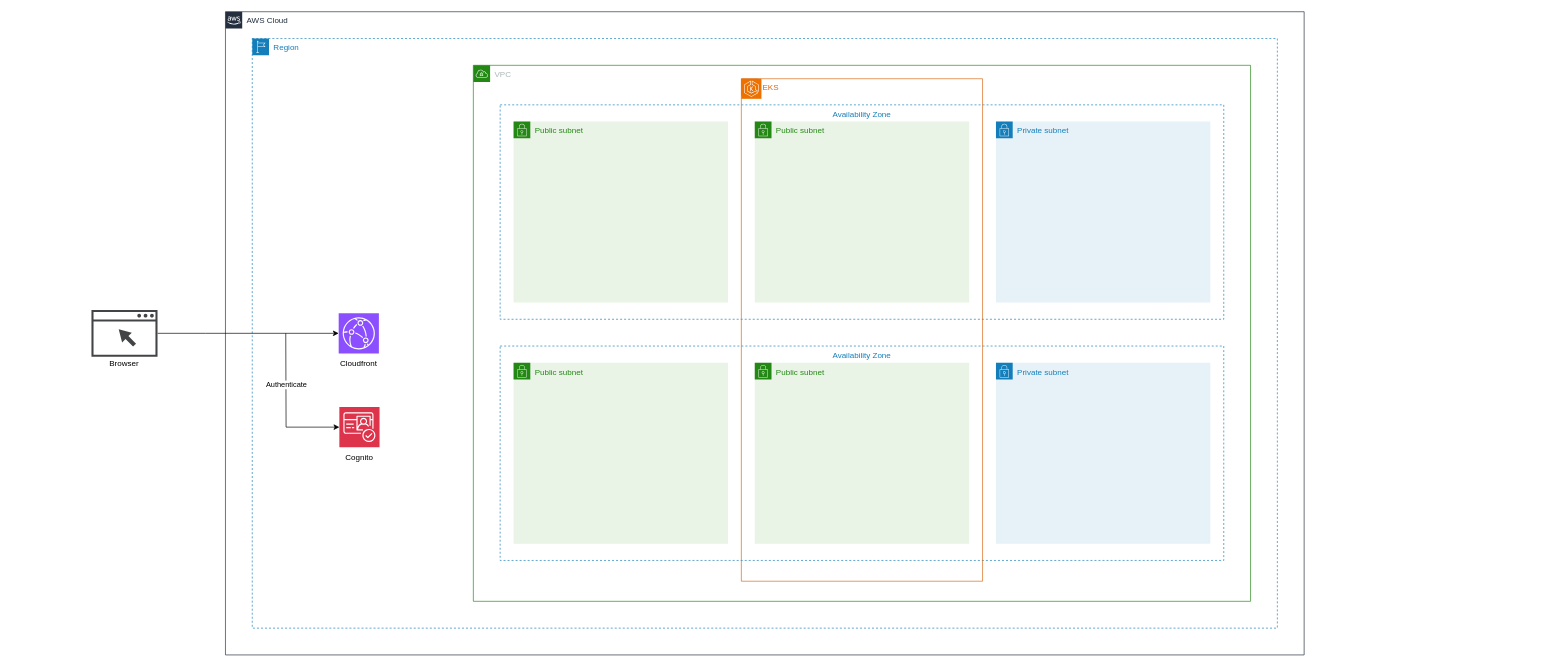
annleefores/kodiko keeps this draw.io diagram as docs/architecture/kodiko.drawio. Above is the earlier version. Source tidied: cells renumbered, new cells numbered last; positions are measured from the earlier drawing's top-left corner, leaving out a move shared by most shapes. Both pictures are drawn from the tidied source at 67%, with x=0, y=0 at pixel (91, 11).
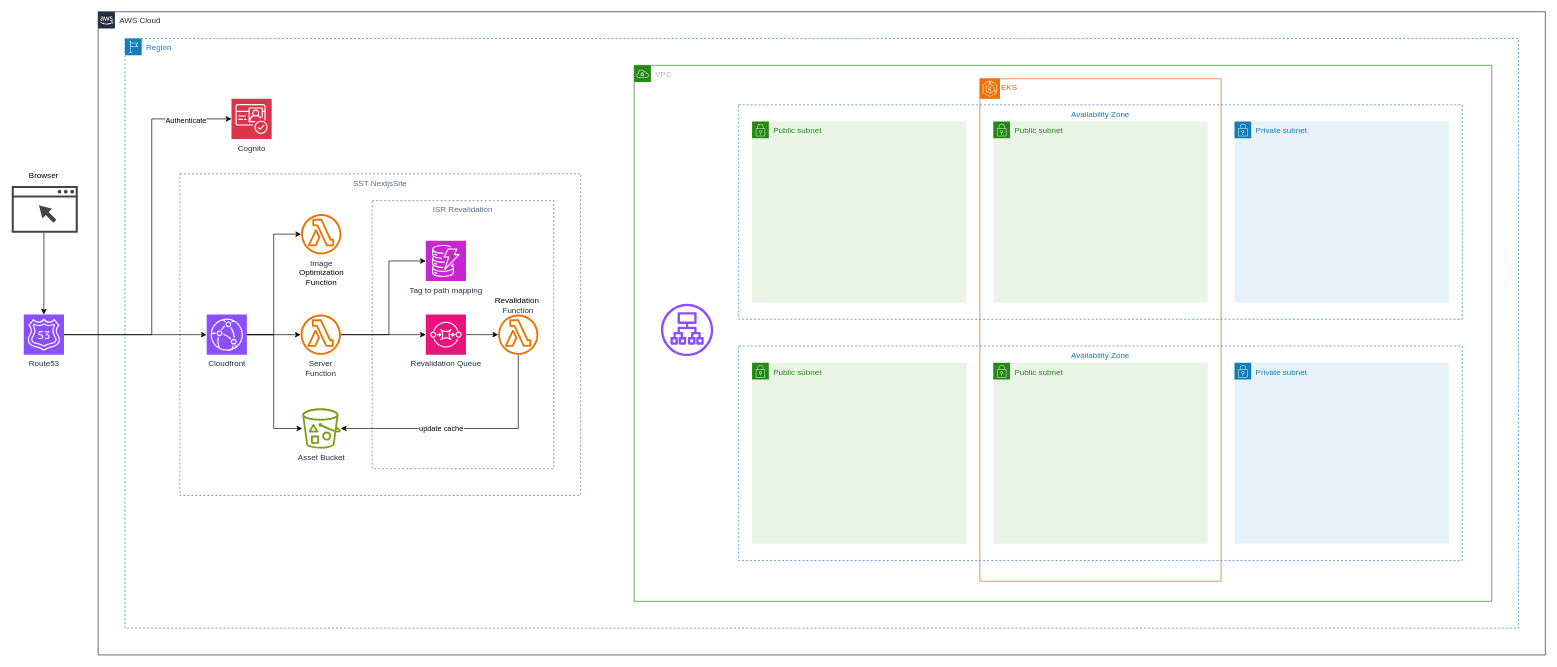
The same page after the edit.

Commit message (it also covers changes not shown here):
arch diagram update - frontend SST

The edit, as a diff of the source:
```diff
@@
     <mxCell id="2" value="AWS Cloud" style="gradientColor=none;html=1;whiteSpace=wrap;fontSize=12;fontStyle=0;shape=mxgraph.aws4.group;grIcon=mxgraph.aws4.group_aws_cloud_alt;strokeColor=#232F3E;fillColor=none;verticalAlign=top;align=left;spacingLeft=30;fontColor=#232F3E;dashed=0;" parent="1" vertex="1">
-      <mxGeometry x="200" width="1610" height="960" as="geometry" />
+      <mxGeometry x="10" width="2160" height="960" as="geometry" />
     </mxCell>
     <mxCell id="3" value="Region" style="gradientColor=none;html=1;whiteSpace=wrap;fontSize=12;fontStyle=0;shape=mxgraph.aws4.group;grIcon=mxgraph.aws4.group_region;strokeColor=#147EBA;fillColor=none;verticalAlign=top;align=left;spacingLeft=30;fontColor=#147EBA;dashed=1;" parent="2" vertex="1">
-      <mxGeometry x="40" y="40" width="1530" height="880" as="geometry" />
+      <mxGeometry x="40" y="40" width="2080" height="880" as="geometry" />
     </mxCell>
+    <mxCell id="26" value="SST NextjsSite" style="fillColor=none;strokeColor=#5A6C86;dashed=1;verticalAlign=top;fontStyle=0;fontColor=#5A6C86;whiteSpace=wrap;html=1;" parent="3" vertex="1">
+      <mxGeometry x="82" y="202" width="598" height="480" as="geometry" />
+    </mxCell>
+    <mxCell id="27" value="ISR Revalidation&lt;br&gt;" style="fillColor=none;strokeColor=#5A6C86;dashed=1;verticalAlign=top;fontStyle=0;fontColor=#5A6C86;whiteSpace=wrap;html=1;" parent="3" vertex="1">
+      <mxGeometry x="369" y="242" width="271" height="400" as="geometry" />
+    </mxCell>
+    <mxCell id="17" style="group;" parent="3" vertex="1">
+      <mxGeometry x="122" y="412" width="60" height="90" as="geometry" />
+    </mxCell>
+    <mxCell id="18" value="Cloudfront" style="sketch=0;points=[[0,0,0],[0.25,0,0],[0.5,0,0],[0.75,0,0],[1,0,0],[0,1,0],[0.25,1,0],[0.5,1,0],[0.75,1,0],[1,1,0],[0,0.25,0],[0,0.5,0],[0,0.75,0],[1,0.25,0],[1,0.5,0],[1,0.75,0]];outlineConnect=0;fontColor=#232F3E;fillColor=#8C4FFF;strokeColor=#ffffff;dashed=0;verticalLabelPosition=bottom;verticalAlign=top;align=center;html=1;fontSize=12;fontStyle=0;shape=mxgraph.aws4.resourceIcon;resIcon=mxgraph.aws4.cloudfront;" parent="17" vertex="1">
+      <mxGeometry width="60" height="60" as="geometry" />
+    </mxCell>
+    <mxCell id="21" value="Cognito" style="sketch=0;points=[[0,0,0],[0.25,0,0],[0.5,0,0],[0.75,0,0],[1,0,0],[0,1,0],[0.25,1,0],[0.5,1,0],[0.75,1,0],[1,1,0],[0,0.25,0],[0,0.5,0],[0,0.75,0],[1,0.25,0],[1,0.5,0],[1,0.75,0]];outlineConnect=0;fontColor=#232F3E;fillColor=#DD344C;strokeColor=#ffffff;dashed=0;verticalLabelPosition=bottom;verticalAlign=top;align=center;html=1;fontSize=12;fontStyle=0;shape=mxgraph.aws4.resourceIcon;resIcon=mxgraph.aws4.cognito;" parent="3" vertex="1">
+      <mxGeometry x="159" y="90" width="60" height="60" as="geometry" />
+    </mxCell>
+    <mxCell id="28" value="Server&lt;br&gt;Function" style="sketch=0;outlineConnect=0;fontColor=#232F3E;gradientColor=none;fillColor=#ED7100;strokeColor=none;dashed=0;verticalLabelPosition=bottom;verticalAlign=top;align=center;html=1;fontSize=12;fontStyle=0;shape=mxgraph.aws4.lambda_function;" parent="3" vertex="1">
+      <mxGeometry x="262.3" y="412" width="60" height="60" as="geometry" />
+    </mxCell>
+    <mxCell id="29" value="Image&lt;br style=&quot;border-color: var(--border-color); color: rgb(0, 0, 0);&quot;&gt;&lt;span style=&quot;color: rgb(0, 0, 0);&quot;&gt;Optimization&lt;/span&gt;&lt;br style=&quot;border-color: var(--border-color); color: rgb(0, 0, 0);&quot;&gt;&lt;span style=&quot;color: rgb(0, 0, 0);&quot;&gt;Function&lt;/span&gt;" style="sketch=0;outlineConnect=0;fontColor=#232F3E;gradientColor=none;fillColor=#ED7100;strokeColor=none;dashed=0;verticalLabelPosition=bottom;verticalAlign=top;align=center;html=1;fontSize=12;fontStyle=0;shape=mxgraph.aws4.lambda_function;" parent="3" vertex="1">
+      <mxGeometry x="263" y="262" width="60" height="60" as="geometry" />
+    </mxCell>
+    <mxCell id="30" style="edgeStyle=orthogonalEdgeStyle;rounded=0;jettySize=auto;html=1;endArrow=none;endFill=0;startArrow=classic;startFill=1;" parent="3" edge="1" source="32" target="38">
+      <mxGeometry relative="1" as="geometry" />
+    </mxCell>
+    <mxCell id="31" value="update cache" style="edgeLabel;html=1;align=center;verticalAlign=middle;" parent="30" vertex="1">
+      <mxGeometry x="-0.8" y="2" relative="1" as="geometry">
+        <mxPoint x="112" y="2" as="offset" />
+      </mxGeometry>
+    </mxCell>
+    <mxCell id="32" value="Asset Bucket" style="sketch=0;outlineConnect=0;fontColor=#232F3E;gradientColor=none;fillColor=#7AA116;strokeColor=none;dashed=0;verticalLabelPosition=bottom;verticalAlign=top;align=center;html=1;fontSize=12;fontStyle=0;shape=mxgraph.aws4.bucket_with_objects;" parent="3" vertex="1">
+      <mxGeometry x="264.6" y="552" width="57.7" height="60" as="geometry" />
+    </mxCell>
+    <mxCell id="33" style="edgeStyle=orthogonalEdgeStyle;rounded=0;jettySize=auto;html=1;" parent="3" edge="1" source="18" target="28">
+      <mxGeometry relative="1" as="geometry" />
+    </mxCell>
+    <mxCell id="34" style="edgeStyle=orthogonalEdgeStyle;rounded=0;jettySize=auto;html=1;" parent="3" edge="1" source="18" target="29">
+      <mxGeometry relative="1" as="geometry">
+        <Array as="points">
+          <mxPoint x="222" y="442" />
+          <mxPoint x="222" y="292" />
+        </Array>
+      </mxGeometry>
+    </mxCell>
+    <mxCell id="35" style="edgeStyle=orthogonalEdgeStyle;rounded=0;jettySize=auto;html=1;exitX=1;exitY=0.5;exitDx=0;exitDy=0;exitPerimeter=0;" parent="3" edge="1" source="18" target="32">
+      <mxGeometry relative="1" as="geometry">
+        <Array as="points">
+          <mxPoint x="222" y="442" />
+          <mxPoint x="222" y="582" />
+        </Array>
+      </mxGeometry>
+    </mxCell>
+    <mxCell id="36" style="edgeStyle=orthogonalEdgeStyle;rounded=0;jettySize=auto;html=1;" parent="3" edge="1" source="37" target="38">
+      <mxGeometry relative="1" as="geometry" />
+    </mxCell>
+    <mxCell id="37" value="Revalidation Queue" style="sketch=0;points=[[0,0,0],[0.25,0,0],[0.5,0,0],[0.75,0,0],[1,0,0],[0,1,0],[0.25,1,0],[0.5,1,0],[0.75,1,0],[1,1,0],[0,0.25,0],[0,0.5,0],[0,0.75,0],[1,0.25,0],[1,0.5,0],[1,0.75,0]];outlineConnect=0;fontColor=#232F3E;fillColor=#E7157B;strokeColor=#ffffff;dashed=0;verticalLabelPosition=bottom;verticalAlign=top;align=center;html=1;fontSize=12;fontStyle=0;shape=mxgraph.aws4.resourceIcon;resIcon=mxgraph.aws4.sqs;" parent="3" vertex="1">
+      <mxGeometry x="449" y="412" width="60" height="60" as="geometry" />
+    </mxCell>
+    <mxCell id="38" style="sketch=0;outlineConnect=0;fontColor=#232F3E;gradientColor=none;fillColor=#ED7100;strokeColor=none;dashed=0;verticalLabelPosition=bottom;verticalAlign=top;align=center;html=1;fontSize=12;fontStyle=0;shape=mxgraph.aws4.lambda_function;" parent="3" vertex="1">
+      <mxGeometry x="557" y="412" width="60" height="60" as="geometry" />
+    </mxCell>
+    <mxCell id="39" style="edgeStyle=orthogonalEdgeStyle;rounded=0;jettySize=auto;html=1;entryX=0;entryY=0.5;entryDx=0;entryDy=0;entryPerimeter=0;" parent="3" edge="1" source="28" target="37">
+      <mxGeometry relative="1" as="geometry" />
+    </mxCell>
+    <mxCell id="40" value="Tag to path mapping" style="sketch=0;points=[[0,0,0],[0.25,0,0],[0.5,0,0],[0.75,0,0],[1,0,0],[0,1,0],[0.25,1,0],[0.5,1,0],[0.75,1,0],[1,1,0],[0,0.25,0],[0,0.5,0],[0,0.75,0],[1,0.25,0],[1,0.5,0],[1,0.75,0]];outlineConnect=0;fontColor=#232F3E;fillColor=#C925D1;strokeColor=#ffffff;dashed=0;verticalLabelPosition=bottom;verticalAlign=top;align=center;html=1;fontSize=12;fontStyle=0;shape=mxgraph.aws4.resourceIcon;resIcon=mxgraph.aws4.dynamodb;" parent="3" vertex="1">
+      <mxGeometry x="449" y="302" width="60" height="60" as="geometry" />
+    </mxCell>
+    <mxCell id="41" style="edgeStyle=orthogonalEdgeStyle;rounded=0;jettySize=auto;html=1;entryX=0;entryY=0.5;entryDx=0;entryDy=0;entryPerimeter=0;" parent="3" edge="1" source="28" target="40">
+      <mxGeometry relative="1" as="geometry">
+        <Array as="points">
+          <mxPoint x="394" y="442" />
+          <mxPoint x="394" y="332" />
+        </Array>
+      </mxGeometry>
+    </mxCell>
+    <mxCell id="42" value="Revalidation&amp;nbsp;&lt;br style=&quot;border-color: var(--border-color); color: rgb(35, 47, 62);&quot;&gt;&lt;span style=&quot;color: rgb(35, 47, 62);&quot;&gt;Function&lt;/span&gt;" style="text;html=1;strokeColor=none;fillColor=none;align=center;verticalAlign=middle;whiteSpace=wrap;rounded=0;" parent="3" vertex="1">
+      <mxGeometry x="557" y="383" width="60" height="30" as="geometry" />
+    </mxCell>
     <mxCell id="4" value="VPC" style="gradientColor=none;html=1;whiteSpace=wrap;fontSize=12;fontStyle=0;shape=mxgraph.aws4.group;grIcon=mxgraph.aws4.group_vpc;strokeColor=#248814;fillColor=none;verticalAlign=top;align=left;spacingLeft=30;fontColor=#AAB7B8;dashed=0;" parent="3" vertex="1">
-      <mxGeometry x="330" y="40" width="1160" height="800" as="geometry" />
+      <mxGeometry x="760" y="40" width="1280" height="800" as="geometry" />
     </mxCell>
     <mxCell id="5" value="Availability Zone" style="fillColor=none;strokeColor=#147EBA;dashed=1;verticalAlign=top;fontStyle=0;fontColor=#147EBA;whiteSpace=wrap;html=1;" parent="4" vertex="1">
-      <mxGeometry x="40" y="59" width="1080" height="320" as="geometry" />
+      <mxGeometry x="156" y="59" width="1080" height="320" as="geometry" />
     </mxCell>
     <mxCell id="6" value="Public subnet" style="gradientColor=none;html=1;whiteSpace=wrap;fontSize=12;fontStyle=0;shape=mxgraph.aws4.group;grIcon=mxgraph.aws4.group_security_group;grStroke=0;strokeColor=#248814;fillColor=#E9F3E6;verticalAlign=top;align=left;spacingLeft=30;fontColor=#248814;dashed=0;" parent="4" vertex="1">
-      <mxGeometry x="60" y="84" width="320" height="270" as="geometry" />
+      <mxGeometry x="176" y="84" width="320" height="270" as="geometry" />
     </mxCell>
     <mxCell id="7" value="Public subnet" style="gradientColor=none;html=1;whiteSpace=wrap;fontSize=12;fontStyle=0;shape=mxgraph.aws4.group;grIcon=mxgraph.aws4.group_security_group;grStroke=0;strokeColor=#248814;fillColor=#E9F3E6;verticalAlign=top;align=left;spacingLeft=30;fontColor=#248814;dashed=0;" parent="4" vertex="1">
-      <mxGeometry x="420" y="84" width="320" height="270" as="geometry" />
+      <mxGeometry x="536" y="84" width="320" height="270" as="geometry" />
     </mxCell>
     <mxCell id="8" value="Private subnet" style="gradientColor=none;html=1;whiteSpace=wrap;fontSize=12;fontStyle=0;shape=mxgraph.aws4.group;grIcon=mxgraph.aws4.group_security_group;grStroke=0;strokeColor=#147EBA;fillColor=#E6F2F8;verticalAlign=top;align=left;spacingLeft=30;fontColor=#147EBA;dashed=0;" parent="4" vertex="1">
-      <mxGeometry x="780" y="84" width="320" height="270" as="geometry" />
+      <mxGeometry x="896" y="84" width="320" height="270" as="geometry" />
     </mxCell>
     <mxCell id="9" value="Availability Zone" style="fillColor=none;strokeColor=#147EBA;dashed=1;verticalAlign=top;fontStyle=0;fontColor=#147EBA;whiteSpace=wrap;html=1;" parent="4" vertex="1">
-      <mxGeometry x="40" y="419" width="1080" height="320" as="geometry" />
+      <mxGeometry x="156" y="419" width="1080" height="320" as="geometry" />
     </mxCell>
     <mxCell id="10" value="Public subnet" style="gradientColor=none;html=1;whiteSpace=wrap;fontSize=12;fontStyle=0;shape=mxgraph.aws4.group;grIcon=mxgraph.aws4.group_security_group;grStroke=0;strokeColor=#248814;fillColor=#E9F3E6;verticalAlign=top;align=left;spacingLeft=30;fontColor=#248814;dashed=0;" parent="4" vertex="1">
-      <mxGeometry x="60" y="444" width="320" height="270" as="geometry" />
+      <mxGeometry x="176" y="444" width="320" height="270" as="geometry" />
     </mxCell>
     <mxCell id="11" value="Public subnet" style="gradientColor=none;html=1;whiteSpace=wrap;fontSize=12;fontStyle=0;shape=mxgraph.aws4.group;grIcon=mxgraph.aws4.group_security_group;grStroke=0;strokeColor=#248814;fillColor=#E9F3E6;verticalAlign=top;align=left;spacingLeft=30;fontColor=#248814;dashed=0;" parent="4" vertex="1">
-      <mxGeometry x="420" y="444" width="320" height="270" as="geometry" />
+      <mxGeometry x="536" y="444" width="320" height="270" as="geometry" />
     </mxCell>
     <mxCell id="12" value="Private subnet" style="gradientColor=none;html=1;whiteSpace=wrap;fontSize=12;fontStyle=0;shape=mxgraph.aws4.group;grIcon=mxgraph.aws4.group_security_group;grStroke=0;strokeColor=#147EBA;fillColor=#E6F2F8;verticalAlign=top;align=left;spacingLeft=30;fontColor=#147EBA;dashed=0;" parent="4" vertex="1">
-      <mxGeometry x="780" y="444" width="320" height="270" as="geometry" />
+      <mxGeometry x="896" y="444" width="320" height="270" as="geometry" />
     </mxCell>
     <mxCell id="13" value="EKS" style="gradientColor=none;html=1;whiteSpace=wrap;fontSize=12;fontStyle=0;shape=mxgraph.aws4.group;grIcon=mxgraph.aws4.group_ec2_instance_contents;strokeColor=#D86613;fillColor=none;verticalAlign=top;align=left;spacingLeft=30;fontColor=#D86613;dashed=0;" parent="4" vertex="1">
-      <mxGeometry x="400" y="20" width="360" height="750" as="geometry" />
+      <mxGeometry x="516" y="20" width="360" height="750" as="geometry" />
     </mxCell>
@@
+    <mxCell id="43" style="sketch=0;fontColor=#232F3E;gradientColor=none;fillColor=#8C4FFF;strokeColor=none;dashed=0;verticalLabelPosition=bottom;verticalAlign=top;align=center;html=1;fontSize=12;fontStyle=0;shape=mxgraph.aws4.application_load_balancer;" parent="4" vertex="1">
+      <mxGeometry x="40" y="356" width="78" height="78" as="geometry" />
+    </mxCell>
+    <mxCell id="24" style="sketch=0;shadow=0;dashed=0;html=1;strokeColor=none;fillColor=#434445;labelPosition=center;verticalLabelPosition=bottom;verticalAlign=top;align=center;outlineConnect=0;shape=mxgraph.vvd.web_browser;" parent="1" vertex="1">
+      <mxGeometry x="-119" y="260" width="98.6" height="70" as="geometry" />
+    </mxCell>
+    <mxCell id="44" style="edgeStyle=orthogonalEdgeStyle;rounded=0;jettySize=auto;html=1;" parent="1" edge="1" source="45" target="18">
+      <mxGeometry relative="1" as="geometry" />
+    </mxCell>
+    <mxCell id="45" value="Route53" style="sketch=0;points=[[0,0,0],[0.25,0,0],[0.5,0,0],[0.75,0,0],[1,0,0],[0,1,0],[0.25,1,0],[0.5,1,0],[0.75,1,0],[1,1,0],[0,0.25,0],[0,0.5,0],[0,0.75,0],[1,0.25,0],[1,0.5,0],[1,0.75,0]];outlineConnect=0;fontColor=#232F3E;fillColor=#8C4FFF;strokeColor=#ffffff;dashed=0;verticalLabelPosition=bottom;verticalAlign=top;align=center;html=1;fontSize=12;fontStyle=0;shape=mxgraph.aws4.resourceIcon;resIcon=mxgraph.aws4.route_53;" parent="1" vertex="1">
+      <mxGeometry x="-101" y="452" width="60" height="60" as="geometry" />
+    </mxCell>
-    <mxCell id="15" style="edgeStyle=orthogonalEdgeStyle;rounded=0;jettySize=auto;html=1;exitX=0;exitY=0.5;exitDx=0;exitDy=0;exitPerimeter=0;startArrow=classic;startFill=1;endArrow=none;endFill=0;" parent="3" edge="1" source="21">
+    <mxCell id="15" style="edgeStyle=orthogonalEdgeStyle;rounded=0;jettySize=auto;html=1;exitX=0;exitY=0.5;exitDx=0;exitDy=0;exitPerimeter=0;startArrow=classic;startFill=1;endArrow=none;endFill=0;entryX=1;entryY=0.5;entryDx=0;entryDy=0;entryPerimeter=0;" parent="1" edge="1" source="21" target="45">
       <mxGeometry relative="1" as="geometry">
-        <mxPoint x="50" y="440" as="targetPoint" />
+        <Array as="points">
+          <mxPoint x="90" y="160" />
+          <mxPoint x="90" y="482" />
+        </Array>
       </mxGeometry>
     </mxCell>
     <mxCell id="16" value="Authenticate" style="edgeLabel;html=1;align=center;verticalAlign=middle;" parent="15" vertex="1">
       <mxGeometry x="0.21" relative="1" as="geometry">
-        <mxPoint y="-10" as="offset" />
+        <mxPoint x="50" y="-226" as="offset" />
       </mxGeometry>
     </mxCell>
-    <mxCell id="17" style="group;" parent="3" vertex="1">
-      <mxGeometry x="129" y="410" width="60" height="90" as="geometry" />
-    </mxCell>
-    <mxCell id="18" style="sketch=0;points=[[0,0,0],[0.25,0,0],[0.5,0,0],[0.75,0,0],[1,0,0],[0,1,0],[0.25,1,0],[0.5,1,0],[0.75,1,0],[1,1,0],[0,0.25,0],[0,0.5,0],[0,0.75,0],[1,0.25,0],[1,0.5,0],[1,0.75,0]];outlineConnect=0;fontColor=#232F3E;fillColor=#8C4FFF;strokeColor=#ffffff;dashed=0;verticalLabelPosition=bottom;verticalAlign=top;align=center;html=1;fontSize=12;fontStyle=0;shape=mxgraph.aws4.resourceIcon;resIcon=mxgraph.aws4.cloudfront;" parent="17" vertex="1">
-      <mxGeometry width="60" height="60" as="geometry" />
-    </mxCell>
-    <mxCell id="19" value="Cloudfront" style="text;html=1;strokeColor=none;fillColor=none;align=center;verticalAlign=middle;whiteSpace=wrap;rounded=0;" parent="17" vertex="1">
-      <mxGeometry y="60" width="60" height="30" as="geometry" />
-    </mxCell>
-    <mxCell id="20" style="group;" parent="3" vertex="1">
-      <mxGeometry x="130" y="550" width="60" height="90" as="geometry" />
-    </mxCell>
-    <mxCell id="21" style="sketch=0;points=[[0,0,0],[0.25,0,0],[0.5,0,0],[0.75,0,0],[1,0,0],[0,1,0],[0.25,1,0],[0.5,1,0],[0.75,1,0],[1,1,0],[0,0.25,0],[0,0.5,0],[0,0.75,0],[1,0.25,0],[1,0.5,0],[1,0.75,0]];outlineConnect=0;fontColor=#232F3E;fillColor=#DD344C;strokeColor=#ffffff;dashed=0;verticalLabelPosition=bottom;verticalAlign=top;align=center;html=1;fontSize=12;fontStyle=0;shape=mxgraph.aws4.resourceIcon;resIcon=mxgraph.aws4.cognito;" parent="20" vertex="1">
-      <mxGeometry width="60" height="60" as="geometry" />
-    </mxCell>
-    <mxCell id="22" value="Cognito" style="text;html=1;strokeColor=none;fillColor=none;align=center;verticalAlign=middle;whiteSpace=wrap;rounded=0;" parent="20" vertex="1">
-      <mxGeometry y="60" width="60" height="30" as="geometry" />
-    </mxCell>
-    <mxCell id="23" style="edgeStyle=orthogonalEdgeStyle;rounded=0;jettySize=auto;html=1;" parent="1" edge="1" source="24" target="18">
-      <mxGeometry relative="1" as="geometry">
-        <Array as="points">
-          <mxPoint x="170" y="480" />
-          <mxPoint x="170" y="480" />
-        </Array>
-      </mxGeometry>
-    </mxCell>
-    <mxCell id="24" style="sketch=0;shadow=0;dashed=0;html=1;strokeColor=none;fillColor=#434445;labelPosition=center;verticalLabelPosition=bottom;verticalAlign=top;align=center;outlineConnect=0;shape=mxgraph.vvd.web_browser;" parent="1" vertex="1">
-      <mxGeometry y="445" width="98.6" height="70" as="geometry" />
-    </mxCell>
+    <mxCell id="46" style="edgeStyle=orthogonalEdgeStyle;rounded=0;jettySize=auto;html=1;" parent="1" edge="1" source="24" target="45">
+      <mxGeometry relative="1" as="geometry">
+        <Array as="points">
+          <mxPoint x="-71" y="360" />
+          <mxPoint x="-71" y="360" />
+        </Array>
+      </mxGeometry>
+    </mxCell>
     <mxCell id="25" value="Browser" style="text;html=1;strokeColor=none;fillColor=none;align=center;verticalAlign=middle;whiteSpace=wrap;rounded=0;" parent="1" vertex="1">
-      <mxGeometry x="19.3" y="510" width="60" height="30" as="geometry" />
+      <mxGeometry x="-101" y="230" width="60" height="30" as="geometry" />
     </mxCell>
```
